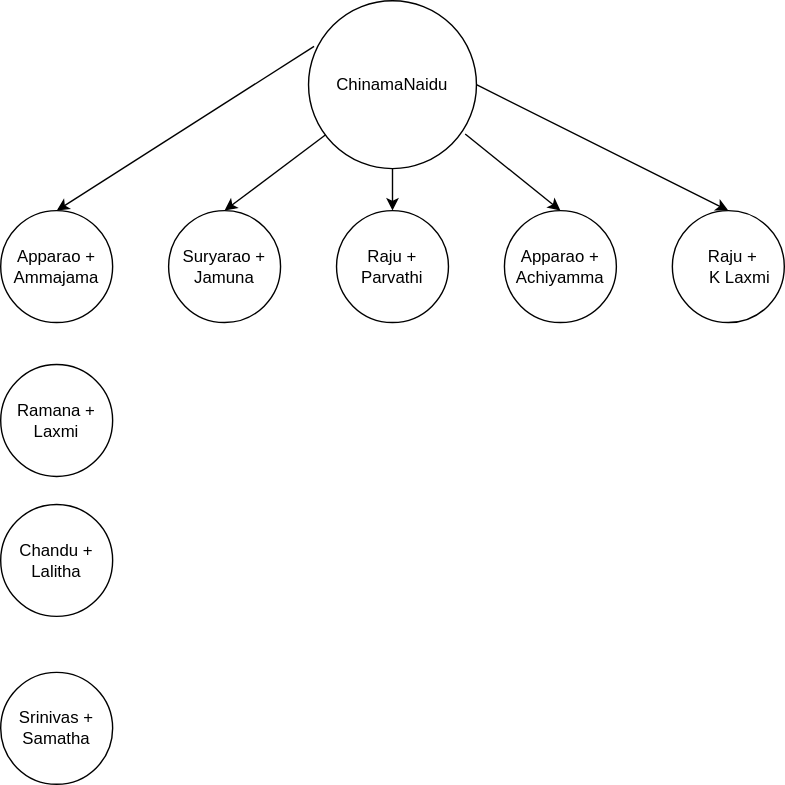
Above: Family Tree.drawio.svg in srinivasarao-avagadda/utility (draw.io), before the change. Source tidied: cells renumbered, new cells last; positions are measured from the earlier drawing's top-left corner, leaving out a move shared by most shapes. Its diagram source:
```xml
<mxGraphModel>
  <root>
    <mxCell id="0" />
    <mxCell id="1" parent="0" />
    <mxCell id="2" value="ChinamaNaidu" style="ellipse;whiteSpace=wrap;html=1;" parent="1" vertex="1">
      <mxGeometry x="220" width="120" height="120" as="geometry" />
    </mxCell>
    <mxCell id="3" value="Apparao + Ammajama" style="ellipse;whiteSpace=wrap;html=1;" parent="1" vertex="1">
      <mxGeometry y="150" width="80" height="80" as="geometry" />
    </mxCell>
    <mxCell id="4" value="Suryarao + Jamuna" style="ellipse;whiteSpace=wrap;html=1;" parent="1" vertex="1">
      <mxGeometry x="120" y="150" width="80" height="80" as="geometry" />
    </mxCell>
    <mxCell id="5" value="Raju + Parvathi" style="ellipse;whiteSpace=wrap;html=1;" parent="1" vertex="1">
      <mxGeometry x="240" y="150" width="80" height="80" as="geometry" />
    </mxCell>
    <mxCell id="6" value="Apparao + Achiyamma" style="ellipse;whiteSpace=wrap;html=1;" parent="1" vertex="1">
      <mxGeometry x="360" y="150" width="80" height="80" as="geometry" />
    </mxCell>
    <mxCell id="7" value="&amp;nbsp; &amp;nbsp; &amp;nbsp; &amp;nbsp;Raju +&amp;nbsp; &amp;nbsp; &amp;nbsp; &amp;nbsp; &amp;nbsp; &amp;nbsp;K Laxmi" style="ellipse;whiteSpace=wrap;html=1;" parent="1" vertex="1">
      <mxGeometry x="480" y="150" width="80" height="80" as="geometry" />
    </mxCell>
    <mxCell id="8" style="endArrow=classic;html=1;rounded=0;entryX=0.5;entryY=0;entryDx=0;entryDy=0;exitX=0.033;exitY=0.272;exitDx=0;exitDy=0;exitPerimeter=0;" parent="1" edge="1" source="2" target="3">
      <mxGeometry relative="1" as="geometry" />
    </mxCell>
    <mxCell id="9" style="endArrow=classic;html=1;rounded=0;entryX=0.5;entryY=0;entryDx=0;entryDy=0;" parent="1" edge="1" source="2" target="4">
      <mxGeometry relative="1" as="geometry" />
    </mxCell>
    <mxCell id="10" style="endArrow=classic;html=1;rounded=0;entryX=0.5;entryY=0;entryDx=0;entryDy=0;exitX=0.5;exitY=1;exitDx=0;exitDy=0;" parent="1" edge="1" source="2" target="5">
      <mxGeometry relative="1" as="geometry" />
    </mxCell>
    <mxCell id="11" style="endArrow=classic;html=1;rounded=0;entryX=0.5;entryY=0;entryDx=0;entryDy=0;exitX=0.933;exitY=0.794;exitDx=0;exitDy=0;exitPerimeter=0;" parent="1" edge="1" source="2" target="6">
      <mxGeometry relative="1" as="geometry" />
    </mxCell>
    <mxCell id="12" style="endArrow=classic;html=1;rounded=0;entryX=0.5;entryY=0;entryDx=0;entryDy=0;exitX=1;exitY=0.5;exitDx=0;exitDy=0;" parent="1" edge="1" source="2" target="7">
      <mxGeometry relative="1" as="geometry" />
    </mxCell>
    <mxCell id="13" value="Ramana + Laxmi" style="ellipse;whiteSpace=wrap;html=1;" parent="1" vertex="1">
      <mxGeometry y="260" width="80" height="80" as="geometry" />
    </mxCell>
    <mxCell id="14" value="Chandu + Lalitha" style="ellipse;whiteSpace=wrap;html=1;" parent="1" vertex="1">
      <mxGeometry y="360" width="80" height="80" as="geometry" />
    </mxCell>
    <mxCell id="15" value="Srinivas + Samatha" style="ellipse;whiteSpace=wrap;html=1;" parent="1" vertex="1">
      <mxGeometry y="480" width="80" height="80" as="geometry" />
    </mxCell>
  </root>
</mxGraphModel>
```
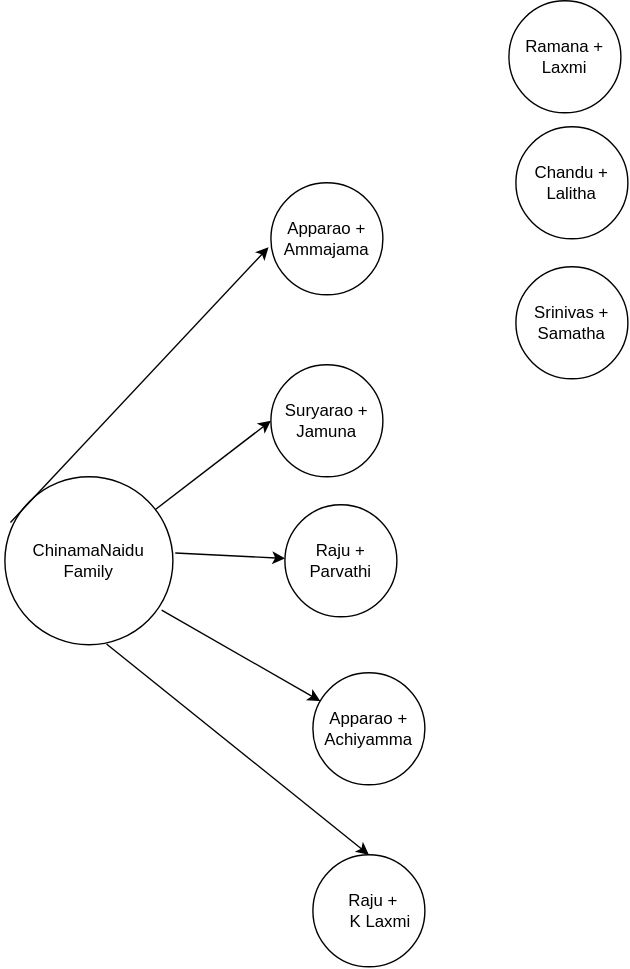
After the commit.

Change to the diagram source:
```diff
@@ -2,47 +2,47 @@
   <root>
     <mxCell id="0" />
     <mxCell id="1" parent="0" />
-    <mxCell id="2" value="ChinamaNaidu" style="ellipse;whiteSpace=wrap;html=1;" parent="1" vertex="1">
-      <mxGeometry x="220" width="120" height="120" as="geometry" />
+    <mxCell id="2" value="ChinamaNaidu&lt;br&gt;Family" style="ellipse;whiteSpace=wrap;html=1;" parent="1" vertex="1">
+      <mxGeometry x="-50" y="-30" width="120" height="120" as="geometry" />
     </mxCell>
     <mxCell id="3" value="Apparao + Ammajama" style="ellipse;whiteSpace=wrap;html=1;" parent="1" vertex="1">
-      <mxGeometry y="150" width="80" height="80" as="geometry" />
+      <mxGeometry x="140" y="-240" width="80" height="80" as="geometry" />
     </mxCell>
     <mxCell id="4" value="Suryarao + Jamuna" style="ellipse;whiteSpace=wrap;html=1;" parent="1" vertex="1">
-      <mxGeometry x="120" y="150" width="80" height="80" as="geometry" />
+      <mxGeometry x="140" y="-110" width="80" height="80" as="geometry" />
     </mxCell>
     <mxCell id="5" value="Raju + Parvathi" style="ellipse;whiteSpace=wrap;html=1;" parent="1" vertex="1">
-      <mxGeometry x="240" y="150" width="80" height="80" as="geometry" />
+      <mxGeometry x="150" y="-10" width="80" height="80" as="geometry" />
     </mxCell>
     <mxCell id="6" value="Apparao + Achiyamma" style="ellipse;whiteSpace=wrap;html=1;" parent="1" vertex="1">
-      <mxGeometry x="360" y="150" width="80" height="80" as="geometry" />
+      <mxGeometry x="170" y="110" width="80" height="80" as="geometry" />
     </mxCell>
     <mxCell id="7" value="&amp;nbsp; &amp;nbsp; &amp;nbsp; &amp;nbsp;Raju +&amp;nbsp; &amp;nbsp; &amp;nbsp; &amp;nbsp; &amp;nbsp; &amp;nbsp;K Laxmi" style="ellipse;whiteSpace=wrap;html=1;" parent="1" vertex="1">
-      <mxGeometry x="480" y="150" width="80" height="80" as="geometry" />
+      <mxGeometry x="170" y="240" width="80" height="80" as="geometry" />
     </mxCell>
-    <mxCell id="8" style="endArrow=classic;html=1;rounded=0;entryX=0.5;entryY=0;entryDx=0;entryDy=0;exitX=0.033;exitY=0.272;exitDx=0;exitDy=0;exitPerimeter=0;" parent="1" edge="1" source="2" target="3">
+    <mxCell id="8" style="endArrow=classic;html=1;rounded=0;entryX=-0.021;entryY=0.575;entryDx=0;entryDy=0;exitX=0.033;exitY=0.272;exitDx=0;exitDy=0;exitPerimeter=0;entryPerimeter=0;" parent="1" edge="1" source="2" target="3">
       <mxGeometry relative="1" as="geometry" />
     </mxCell>
-    <mxCell id="9" style="endArrow=classic;html=1;rounded=0;entryX=0.5;entryY=0;entryDx=0;entryDy=0;" parent="1" edge="1" source="2" target="4">
+    <mxCell id="9" style="endArrow=classic;html=1;rounded=0;entryX=0;entryY=0.5;entryDx=0;entryDy=0;" parent="1" edge="1" source="2" target="4">
       <mxGeometry relative="1" as="geometry" />
     </mxCell>
-    <mxCell id="10" style="endArrow=classic;html=1;rounded=0;entryX=0.5;entryY=0;entryDx=0;entryDy=0;exitX=0.5;exitY=1;exitDx=0;exitDy=0;" parent="1" edge="1" source="2" target="5">
+    <mxCell id="10" style="endArrow=classic;html=1;rounded=0;exitX=1.014;exitY=0.454;exitDx=0;exitDy=0;exitPerimeter=0;" parent="1" edge="1" source="2" target="5">
       <mxGeometry relative="1" as="geometry" />
     </mxCell>
-    <mxCell id="11" style="endArrow=classic;html=1;rounded=0;entryX=0.5;entryY=0;entryDx=0;entryDy=0;exitX=0.933;exitY=0.794;exitDx=0;exitDy=0;exitPerimeter=0;" parent="1" edge="1" source="2" target="6">
+    <mxCell id="11" style="endArrow=classic;html=1;rounded=0;exitX=0.933;exitY=0.794;exitDx=0;exitDy=0;exitPerimeter=0;" parent="1" edge="1" source="2" target="6">
       <mxGeometry relative="1" as="geometry" />
     </mxCell>
-    <mxCell id="12" style="endArrow=classic;html=1;rounded=0;entryX=0.5;entryY=0;entryDx=0;entryDy=0;exitX=1;exitY=0.5;exitDx=0;exitDy=0;" parent="1" edge="1" source="2" target="7">
+    <mxCell id="12" style="endArrow=classic;html=1;rounded=0;entryX=0.5;entryY=0;entryDx=0;entryDy=0;exitX=0.605;exitY=0.995;exitDx=0;exitDy=0;exitPerimeter=0;" parent="1" edge="1" source="2" target="7">
       <mxGeometry relative="1" as="geometry" />
     </mxCell>
     <mxCell id="13" value="Ramana + Laxmi" style="ellipse;whiteSpace=wrap;html=1;" parent="1" vertex="1">
-      <mxGeometry y="260" width="80" height="80" as="geometry" />
+      <mxGeometry x="310" y="-370" width="80" height="80" as="geometry" />
     </mxCell>
     <mxCell id="14" value="Chandu + Lalitha" style="ellipse;whiteSpace=wrap;html=1;" parent="1" vertex="1">
-      <mxGeometry y="360" width="80" height="80" as="geometry" />
+      <mxGeometry x="315" y="-280" width="80" height="80" as="geometry" />
     </mxCell>
     <mxCell id="15" value="Srinivas + Samatha" style="ellipse;whiteSpace=wrap;html=1;" parent="1" vertex="1">
-      <mxGeometry y="480" width="80" height="80" as="geometry" />
+      <mxGeometry x="315" y="-180" width="80" height="80" as="geometry" />
     </mxCell>
   </root>
 </mxGraphModel>
```
